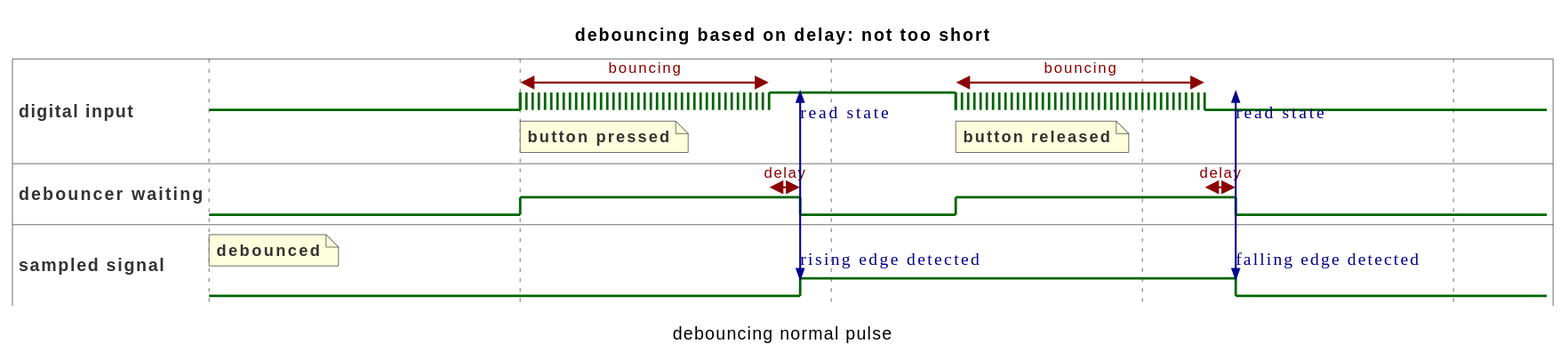
Before: feature/113-fix-debouncing-algorithm-with-FreeRTOS/inline_umlgraph_3.svg, a diagram exported from PlantUML (dhebbeker/task-tracker).
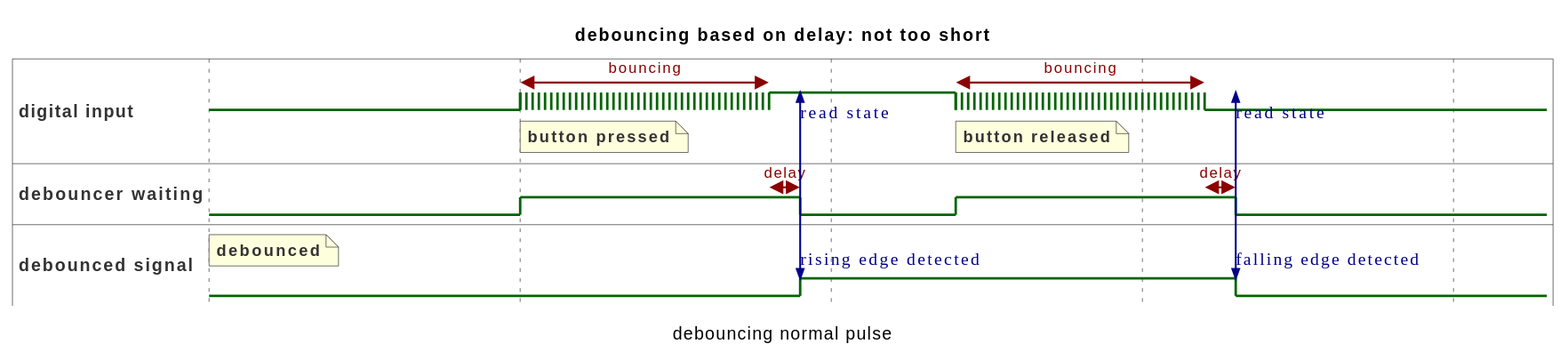
After the commit.

Change to the diagram source:
```diff
@@ -5,7 +5,7 @@
 scale 1 as 250 pixels
 binary "digital input" as D
 binary "debouncer waiting" as W
-binary "sampled signal" as B
+binary "debounced signal" as B
 
 @0
 D is low
```
